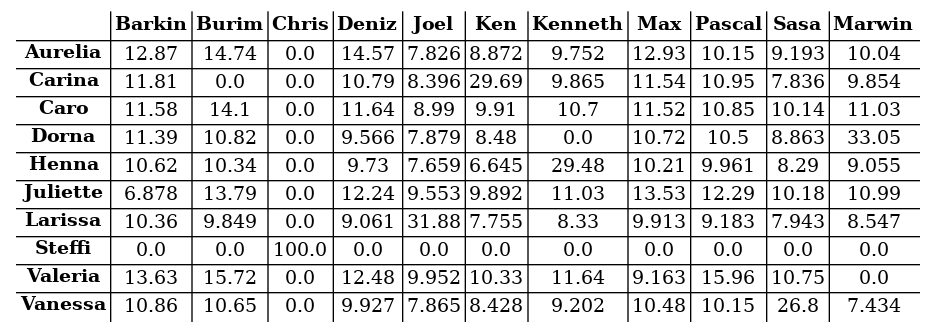
Earlier version of the Graphviz export s04/s04_tab.png (atticus-sullivan/sim-ayto). Its source is kept beside it as s04/s04_tab.dot.
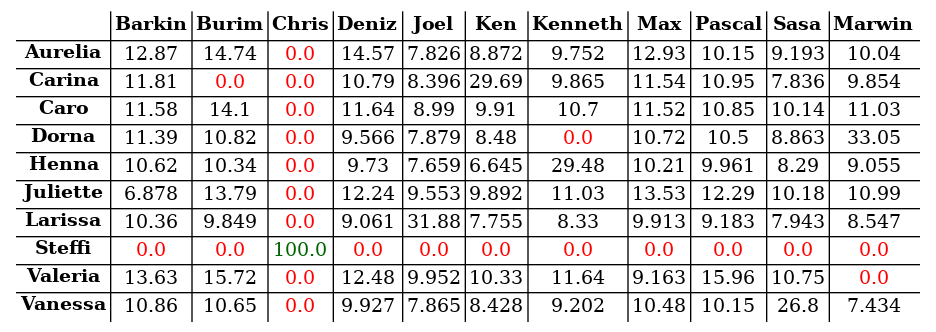
The same diagram one commit later.

The edit, as a diff of the source:
```diff
@@ -17,7 +17,7 @@
 <tr><td><B>Aurelia</B></td>
 <td><font color="black">12.87</font></td>
 <td><font color="black">14.74</font></td>
-<td><font color="black">0.0</font></td>
+<td><font color="red">0.0</font></td>
 <td><font color="black">14.57</font></td>
 <td><font color="black">7.826</font></td>
 <td><font color="black">8.872</font></td>
@@ -29,8 +29,8 @@
 </tr>
 <tr><td><B>Carina</B></td>
 <td><font color="black">11.81</font></td>
-<td><font color="black">0.0</font></td>
-<td><font color="black">0.0</font></td>
+<td><font color="red">0.0</font></td>
+<td><font color="red">0.0</font></td>
 <td><font color="black">10.79</font></td>
 <td><font color="black">8.396</font></td>
 <td><font color="black">29.69</font></td>
@@ -43,7 +43,7 @@
 <tr><td><B>Caro</B></td>
 <td><font color="black">11.58</font></td>
 <td><font color="black">14.1</font></td>
-<td><font color="black">0.0</font></td>
+<td><font color="red">0.0</font></td>
 <td><font color="black">11.64</font></td>
 <td><font color="black">8.99</font></td>
 <td><font color="black">9.91</font></td>
@@ -56,11 +56,11 @@
 <tr><td><B>Dorna</B></td>
 <td><font color="black">11.39</font></td>
 <td><font color="black">10.82</font></td>
-<td><font color="black">0.0</font></td>
+<td><font color="red">0.0</font></td>
 <td><font color="black">9.566</font></td>
 <td><font color="black">7.879</font></td>
 <td><font color="black">8.48</font></td>
-<td><font color="black">0.0</font></td>
+<td><font color="red">0.0</font></td>
 <td><font color="black">10.72</font></td>
 <td><font color="black">10.5</font></td>
 <td><font color="black">8.863</font></td>
@@ -69,7 +69,7 @@
 <tr><td><B>Henna</B></td>
 <td><font color="black">10.62</font></td>
 <td><font color="black">10.34</font></td>
-<td><font color="black">0.0</font></td>
+<td><font color="red">0.0</font></td>
 <td><font color="black">9.73</font></td>
 <td><font color="black">7.659</font></td>
 <td><font color="black">6.645</font></td>
@@ -82,7 +82,7 @@
 <tr><td><B>Juliette</B></td>
 <td><font color="black">6.878</font></td>
 <td><font color="black">13.79</font></td>
-<td><font color="black">0.0</font></td>
+<td><font color="red">0.0</font></td>
 <td><font color="black">12.24</font></td>
 <td><font color="black">9.553</font></td>
 <td><font color="black">9.892</font></td>
@@ -95,7 +95,7 @@
 <tr><td><B>Larissa</B></td>
 <td><font color="black">10.36</font></td>
 <td><font color="black">9.849</font></td>
-<td><font color="black">0.0</font></td>
+<td><font color="red">0.0</font></td>
 <td><font color="black">9.061</font></td>
 <td><font color="black">31.88</font></td>
 <td><font color="black">7.755</font></td>
@@ -106,22 +106,22 @@
 <td><font color="black">8.547</font></td>
 </tr>
 <tr><td><B>Steffi</B></td>
-<td><font color="black">0.0</font></td>
-<td><font color="black">0.0</font></td>
-<td><font color="black">100.0</font></td>
-<td><font color="black">0.0</font></td>
-<td><font color="black">0.0</font></td>
-<td><font color="black">0.0</font></td>
-<td><font color="black">0.0</font></td>
-<td><font color="black">0.0</font></td>
-<td><font color="black">0.0</font></td>
-<td><font color="black">0.0</font></td>
-<td><font color="black">0.0</font></td>
+<td><font color="red">0.0</font></td>
+<td><font color="red">0.0</font></td>
+<td><font color="darkgreen">100.0</font></td>
+<td><font color="red">0.0</font></td>
+<td><font color="red">0.0</font></td>
+<td><font color="red">0.0</font></td>
+<td><font color="red">0.0</font></td>
+<td><font color="red">0.0</font></td>
+<td><font color="red">0.0</font></td>
+<td><font color="red">0.0</font></td>
+<td><font color="red">0.0</font></td>
 </tr>
 <tr><td><B>Valeria</B></td>
 <td><font color="black">13.63</font></td>
 <td><font color="black">15.72</font></td>
-<td><font color="black">0.0</font></td>
+<td><font color="red">0.0</font></td>
 <td><font color="black">12.48</font></td>
 <td><font color="black">9.952</font></td>
 <td><font color="black">10.33</font></td>
@@ -129,12 +129,12 @@
 <td><font color="black">9.163</font></td>
 <td><font color="black">15.96</font></td>
 <td><font color="black">10.75</font></td>
-<td><font color="black">0.0</font></td>
+<td><font color="red">0.0</font></td>
 </tr>
 <tr><td><B>Vanessa</B></td>
 <td><font color="black">10.86</font></td>
 <td><font color="black">10.65</font></td>
-<td><font color="black">0.0</font></td>
+<td><font color="red">0.0</font></td>
 <td><font color="black">9.927</font></td>
 <td><font color="black">7.865</font></td>
 <td><font color="black">8.428</font></td>
```
